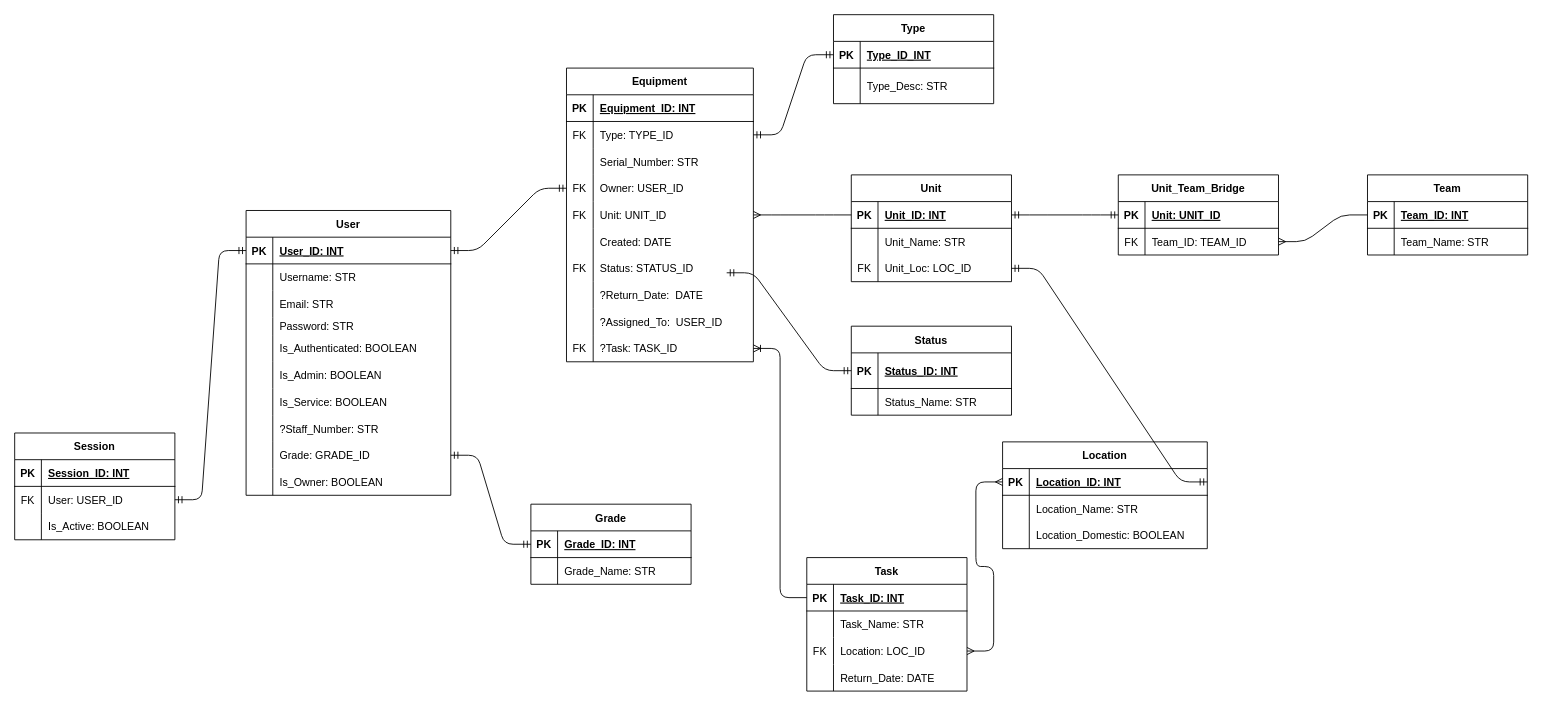
Above: StoR_schema.drawio in Craig-Codes/Full_Stack_Template (draw.io), before the change. Source tidied: cells renumbered, new cells numbered last; positions are measured from the earlier drawing's top-left corner, leaving out a move shared by most shapes. Both pictures are drawn from the tidied source at 89%, with x=0, y=0 at pixel (14, 14).
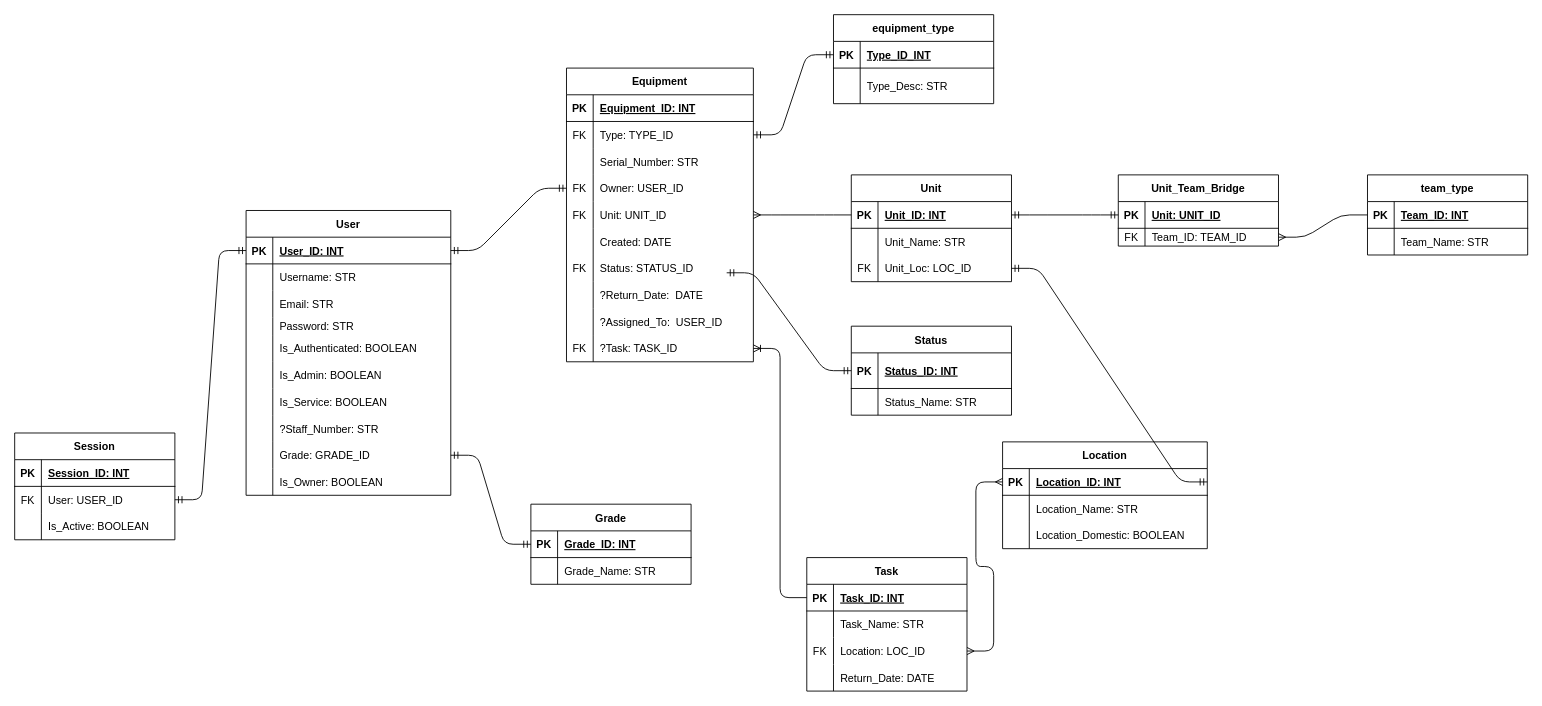
The same page after the edit.

Commit message (it also covers changes not shown here):
we added the whole schema like mad men

What changed in the source:
```diff
@@
-    <mxCell id="40" value="Type" style="shape=table;startSize=30;childLayout=tableLayout;rowLines=0;fontStyle=1;align=center;" parent="1" vertex="1">
+    <mxCell id="40" value="equipment_type" style="shape=table;startSize=30;childLayout=tableLayout;rowLines=0;fontStyle=1;align=center;" parent="1" vertex="1">
       <mxGeometry x="920" width="180" height="100" as="geometry" />
     </mxCell>
@@
     <mxCell id="60" value="Unit_Team_Bridge" style="shape=table;startSize=30;childLayout=tableLayout;rowLines=0;fontStyle=1;align=center;" parent="1" vertex="1">
-      <mxGeometry x="1240" y="180" width="180" height="90" as="geometry" />
+      <mxGeometry x="1240" y="180" width="180" height="80" as="geometry" />
     </mxCell>
@@
     <mxCell id="64" style="shape=tableRow;horizontal=0;startSize=0;swimlaneHead=0;swimlaneBody=0;fillColor=none;points=[[0,0.5],[1,0.5]];portConstraint=eastwest;top=0;left=0;right=0;bottom=0;" parent="60" vertex="1">
-      <mxGeometry y="60" width="180" height="30" as="geometry" />
+      <mxGeometry y="60" width="180" height="20" as="geometry" />
     </mxCell>
     <mxCell id="65" value="FK" style="shape=partialRectangle;fillColor=none;top=0;left=0;bottom=0;right=0;overflow=hidden;" parent="64" vertex="1">
-      <mxGeometry width="30" height="30" as="geometry" />
+      <mxGeometry width="30" height="20" as="geometry" />
     </mxCell>
     <mxCell id="66" value="Team_ID: TEAM_ID" style="shape=partialRectangle;fillColor=none;top=0;left=0;bottom=0;right=0;align=left;spacingLeft=6;overflow=hidden;" parent="64" vertex="1">
-      <mxGeometry x="30" width="150" height="30" as="geometry" />
+      <mxGeometry x="30" width="150" height="20" as="geometry" />
     </mxCell>
@@
-    <mxCell id="68" value="Team" style="shape=table;startSize=30;childLayout=tableLayout;rowLines=0;fontStyle=1;align=center;" parent="1" vertex="1">
+    <mxCell id="68" value="team_type" style="shape=table;startSize=30;childLayout=tableLayout;rowLines=0;fontStyle=1;align=center;" parent="1" vertex="1">
       <mxGeometry x="1520" y="180" width="180" height="90" as="geometry" />
     </mxCell>
```
